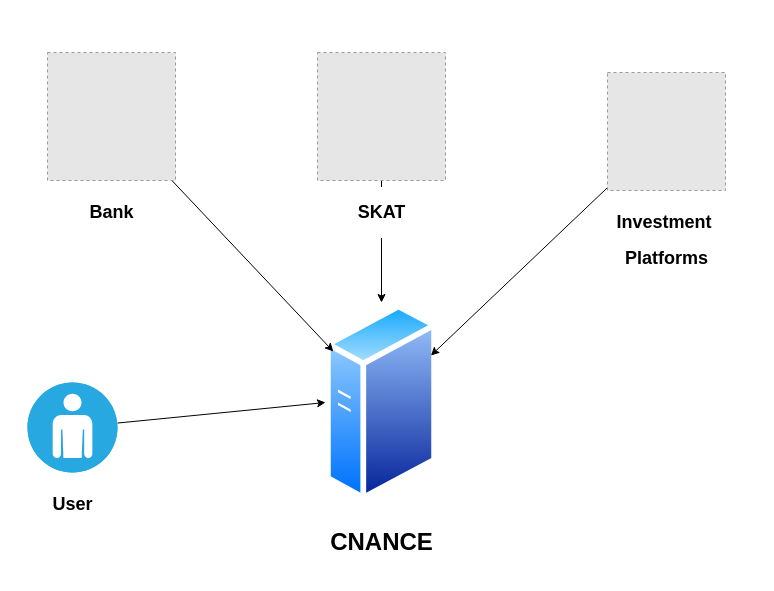
Before: template/Context Diagram.drawio in gianmarcomurru/Software_Architecture_1, a draw.io diagram. Source tidied: cells renumbered, new cells numbered last; positions are measured from the earlier drawing's top-left corner, leaving out a move shared by most shapes. Both pictures are drawn from the tidied source at 100%, with x=0, y=0 at pixel (27, 52). Pictures stored in the file or linked from it are replaced by grey dashed boxes.
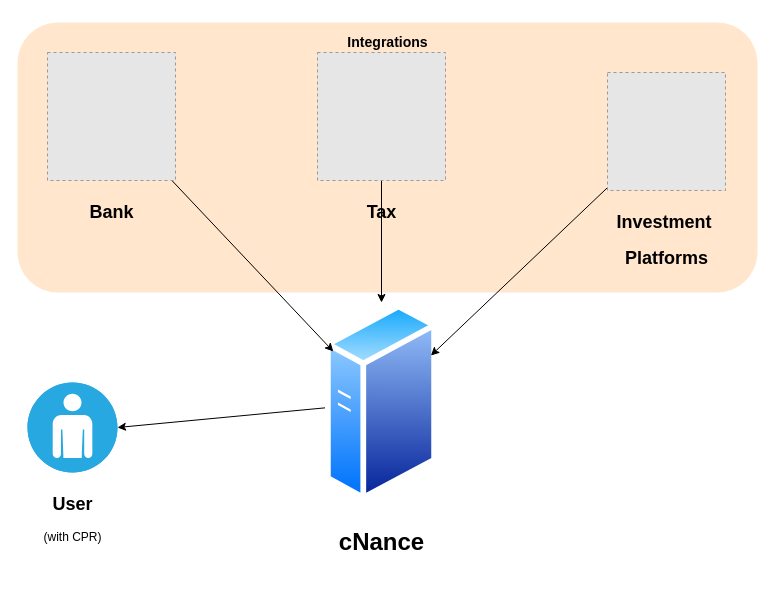
After the change.

What changed in the source:
```diff
@@
 <mxGraphModel>
   <root>
     <mxCell id="0" />
     <mxCell id="1" parent="0" />
+    <mxCell id="11" style="whiteSpace=wrap;html=1;fillColor=#ffe6cc;strokeColor=none;rounded=1;" parent="1" vertex="1">
+      <mxGeometry x="-10" y="-30" width="740" height="270" as="geometry" />
+    </mxCell>
+    <mxCell id="12" style="edgeStyle=none;rounded=0;jettySize=auto;html=1;entryX=1;entryY=0.5;entryDx=0;entryDy=0;entryPerimeter=0;" parent="1" edge="1" source="2" target="10">
+      <mxGeometry relative="1" as="geometry" />
+    </mxCell>
-    <mxCell id="2" value="&lt;h1&gt;CNANCE&lt;/h1&gt;" style="perimeter=ellipsePerimeter;html=1;align=center;shadow=0;dashed=0;spacingTop=3;image;image=img/lib/active_directory/generic_server.svg;" parent="1" vertex="1">
+    <mxCell id="2" value="&lt;h1&gt;cNance&lt;/h1&gt;" style="perimeter=ellipsePerimeter;html=1;align=center;shadow=0;dashed=0;spacingTop=3;image;image=img/lib/active_directory/generic_server.svg;" parent="1" vertex="1">
       <mxGeometry x="298" y="250" width="112" height="200" as="geometry" />
     </mxCell>
     <mxCell id="3" style="edgeStyle=none;rounded=0;jettySize=auto;html=1;" parent="1" edge="1" source="4" target="2">
       <mxGeometry relative="1" as="geometry" />
     </mxCell>
-    <mxCell id="4" value="&lt;h2&gt;Bank&lt;/h2&gt;" style="fillColor=#E6E6E6;strokeColor=#999999;dashed=1;html=1;verticalAlign=top;verticalLabelPosition=bottom;labelBackgroundColor=#ffffff;" parent="1" vertex="1">
+    <mxCell id="4" value="&lt;h2&gt;Bank&lt;/h2&gt;" style="fillColor=#E6E6E6;strokeColor=#999999;dashed=1;html=1;verticalAlign=top;verticalLabelPosition=bottom;labelBackgroundColor=none;" parent="1" vertex="1">
       <mxGeometry x="20" width="128" height="128" as="geometry" />
     </mxCell>
+    <mxCell id="7" style="edgeStyle=none;rounded=0;jettySize=auto;html=1;" parent="1" edge="1" source="8" target="2">
+      <mxGeometry relative="1" as="geometry" />
+    </mxCell>
+    <mxCell id="8" value="&lt;h2&gt;Investment&amp;nbsp;&lt;/h2&gt;&lt;h2&gt;Platforms&lt;/h2&gt;" style="fillColor=#E6E6E6;strokeColor=#999999;dashed=1;html=1;verticalAlign=top;verticalLabelPosition=bottom;labelBackgroundColor=none;" parent="1" vertex="1">
+      <mxGeometry x="580" y="20" width="118" height="118" as="geometry" />
+    </mxCell>
+    <mxCell id="10" value="&lt;h2&gt;User&lt;/h2&gt;&lt;div&gt;(with CPR)&lt;/div&gt;" style="fillColor=#28A8E0;verticalLabelPosition=bottom;sketch=0;html=1;strokeColor=#ffffff;verticalAlign=top;align=center;points=[[0.145,0.145,0],[0.5,0,0],[0.855,0.145,0],[1,0.5,0],[0.855,0.855,0],[0.5,1,0],[0.145,0.855,0],[0,0.5,0]];shape=mxgraph.cisco_safe.compositeIcon;bgIcon=ellipse;resIcon=mxgraph.cisco_safe.capability.user;" parent="1" vertex="1">
+      <mxGeometry y="330" width="90" height="90" as="geometry" />
+    </mxCell>
+    <mxCell id="13" value="&lt;h3&gt;Integrations&lt;/h3&gt;" style="text;html=1;align=center;verticalAlign=middle;fillColor=none;strokeColor=none;rounded=0;labelBackgroundColor=none;" parent="1" vertex="1">
+      <mxGeometry x="310" y="-35" width="100" height="50" as="geometry" />
+    </mxCell>
     <mxCell id="5" style="edgeStyle=none;rounded=0;jettySize=auto;html=1;" parent="1" edge="1" source="6" target="2">
       <mxGeometry relative="1" as="geometry" />
     </mxCell>
-    <mxCell id="6" value="&lt;h2&gt;SKAT&lt;/h2&gt;" style="fillColor=#E6E6E6;strokeColor=#999999;dashed=1;html=1;verticalAlign=top;verticalLabelPosition=bottom;labelBackgroundColor=#ffffff;" parent="1" vertex="1">
+    <mxCell id="6" value="&lt;h2&gt;Tax&lt;/h2&gt;" style="fillColor=#E6E6E6;strokeColor=#999999;dashed=1;html=1;verticalAlign=top;verticalLabelPosition=bottom;labelBackgroundColor=none;" parent="1" vertex="1">
       <mxGeometry x="290" width="128" height="128" as="geometry" />
     </mxCell>
-    <mxCell id="7" style="edgeStyle=none;rounded=0;jettySize=auto;html=1;" parent="1" edge="1" source="8" target="2">
-      <mxGeometry relative="1" as="geometry" />
-    </mxCell>
-    <mxCell id="8" value="&lt;h2&gt;Investment&amp;nbsp;&lt;/h2&gt;&lt;h2&gt;Platforms&lt;/h2&gt;" style="fillColor=#E6E6E6;strokeColor=#999999;dashed=1;html=1;verticalAlign=top;verticalLabelPosition=bottom;labelBackgroundColor=#ffffff;" parent="1" vertex="1">
-      <mxGeometry x="580" y="20" width="118" height="118" as="geometry" />
-    </mxCell>
-    <mxCell id="9" style="rounded=0;jettySize=auto;html=1;entryX=0;entryY=0.5;entryDx=0;entryDy=0;" parent="1" edge="1" source="10" target="2">
-      <mxGeometry relative="1" as="geometry" />
-    </mxCell>
-    <mxCell id="10" value="&lt;h2&gt;User&lt;/h2&gt;" style="fillColor=#28A8E0;verticalLabelPosition=bottom;sketch=0;html=1;strokeColor=#ffffff;verticalAlign=top;align=center;points=[[0.145,0.145,0],[0.5,0,0],[0.855,0.145,0],[1,0.5,0],[0.855,0.855,0],[0.5,1,0],[0.145,0.855,0],[0,0.5,0]];shape=mxgraph.cisco_safe.compositeIcon;bgIcon=ellipse;resIcon=mxgraph.cisco_safe.capability.user;" parent="1" vertex="1">
-      <mxGeometry y="330" width="90" height="90" as="geometry" />
-    </mxCell>
   </root>
 </mxGraphModel>
```
